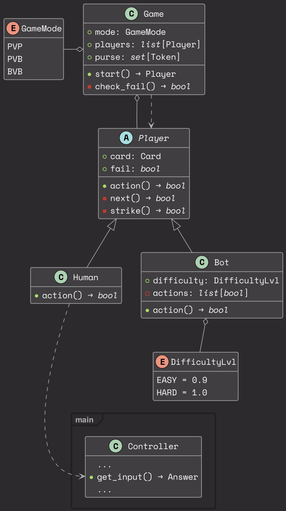
Above: docs/game.png in learning-AIU/python-developer-9 (PlantUML), before the change.
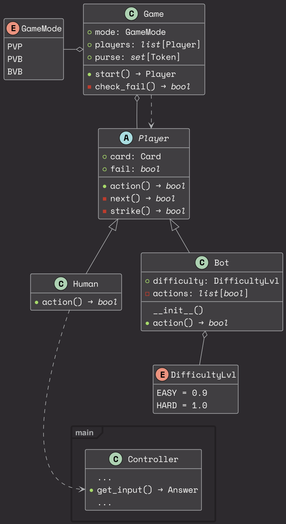
Later version of the same file.

The edit, as a diff of the source:
```diff
@@ -34,6 +34,7 @@
 class Bot {
     +difficulty: DifficultyLvl
     -actions: <i>list</i>[<i>bool</i>]
+    __init__()
     +action() → <i>bool</i>
 }
 
```
